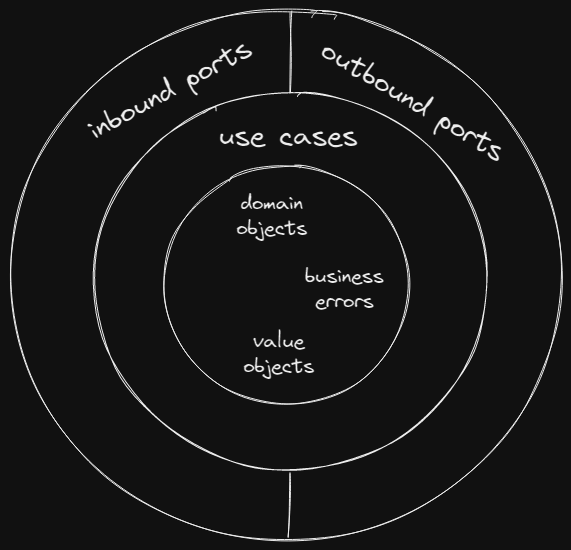
Above: assets/hexagonal-architecture-core.excalidraw.png in hex-arch-training/hex-arch-training.github.io (Excalidraw), before the change. Source tidied: one line per element, renumbered; positions are measured from the earlier drawing's top-left corner, leaving out a move shared by most shapes.
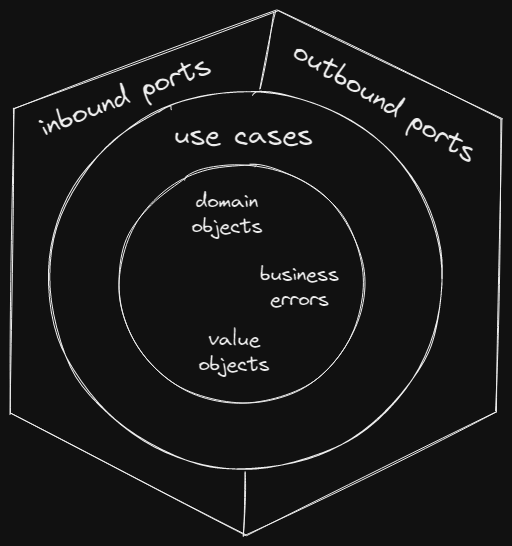
Above is the later version.

What changed in the source:
```diff
@@ -1,11 +1,11 @@
-{"id": 0, "type": "ellipse", "strokeColor": "#000000", "strokeWidth": 1, "roughness": 1, "x": 0, "y": 0, "width": 551, "height": 531}
 {"id": 1, "type": "ellipse", "strokeColor": "#000000", "angle": 6.28, "strokeWidth": 1, "roughness": 1, "x": 84, "y": 82, "width": 393, "height": 377}
 {"id": 2, "type": "ellipse", "strokeColor": "#000000", "strokeWidth": 1, "roughness": 1, "x": 154, "y": 155, "width": 245, "height": 239}
 {"id": 3, "type": "text", "text": "use cases", "strokeColor": "#000000", "backgroundColor": "#228be6", "fillStyle": "solid", "strokeWidth": 1, "roughness": 1, "fontSize": 28, "fontFamily": 1, "x": 209, "y": 108, "width": 141, "height": 35}
-{"id": 4, "type": "line", "strokeColor": "#000000", "backgroundColor": "#228be6", "fillStyle": "solid", "strokeWidth": 1, "roughness": 1, "x": 281, "y": 2, "width": 1, "height": 81, "points": [[0, 0], [-1, 81]]}
+{"id": 4, "type": "line", "strokeColor": "#000000", "backgroundColor": "#228be6", "fillStyle": "solid", "strokeWidth": 1, "roughness": 1, "x": 310, "y": 3, "width": 15, "height": 77, "points": [[0, 0], [-15, 77]]}
 {"id": 5, "type": "line", "strokeColor": "#000000", "backgroundColor": "#228be6", "fillStyle": "solid", "strokeWidth": 1, "roughness": 1, "x": 281, "y": 463, "width": 2, "height": 64, "points": [[0, 0], [-2, 64]]}
-{"id": 6, "type": "text", "text": "outbound ports", "strokeColor": "#000000", "angle": 0.54, "backgroundColor": "#228be6", "fillStyle": "solid", "strokeWidth": 1, "roughness": 1, "fontSize": 28, "fontFamily": 1, "x": 299, "y": 74, "width": 210, "height": 35}
+{"id": 6, "type": "text", "text": "outbound ports", "strokeColor": "#000000", "angle": 0.54, "backgroundColor": "#228be6", "fillStyle": "solid", "strokeWidth": 1, "roughness": 1, "fontSize": 28, "fontFamily": 1, "x": 315, "y": 76, "width": 210, "height": 35}
-{"id": 7, "type": "text", "text": "inbound ports", "strokeColor": "#000000", "angle": 5.78, "backgroundColor": "#228be6", "fillStyle": "solid", "strokeWidth": 1, "roughness": 1, "fontSize": 28, "fontFamily": 1, "x": 70, "y": 62, "width": 182, "height": 35}
+{"id": 7, "type": "text", "text": "inbound ports", "strokeColor": "#000000", "angle": 5.91, "backgroundColor": "#228be6", "fillStyle": "solid", "strokeWidth": 1, "roughness": 1, "fontSize": 28, "fontFamily": 1, "x": 70, "y": 70, "width": 182, "height": 35}
 {"id": 8, "type": "text", "text": "domain\nobjects", "strokeColor": "#000000", "backgroundColor": "#228be6", "fillStyle": "solid", "strokeWidth": 1, "roughness": 1, "fontSize": 20, "fontFamily": 1, "textAlign": "center", "x": 225, "y": 180, "width": 73, "height": 50}
 {"id": 9, "type": "text", "text": "business\nerrors", "strokeColor": "#000000", "backgroundColor": "#228be6", "fillStyle": "solid", "strokeWidth": 1, "roughness": 1, "fontSize": 20, "fontFamily": 1, "textAlign": "center", "x": 294, "y": 254, "width": 80, "height": 50}
 {"id": 10, "type": "text", "text": "value\nobjects", "strokeColor": "#000000", "backgroundColor": "#228be6", "fillStyle": "solid", "strokeWidth": 1, "roughness": 1, "fontSize": 20, "fontFamily": 1, "textAlign": "center", "x": 232, "y": 319, "width": 73, "height": 50}
+{"id": 11, "type": "line", "strokeColor": "#000000", "strokeWidth": 1, "roughness": 1, "x": 109, "y": 2, "width": 491, "height": 525, "points": [[203, 0], [-60, 97], [-63, 402], [171, 525], [423, 401], [428, 108], [203, 0]]}
```
